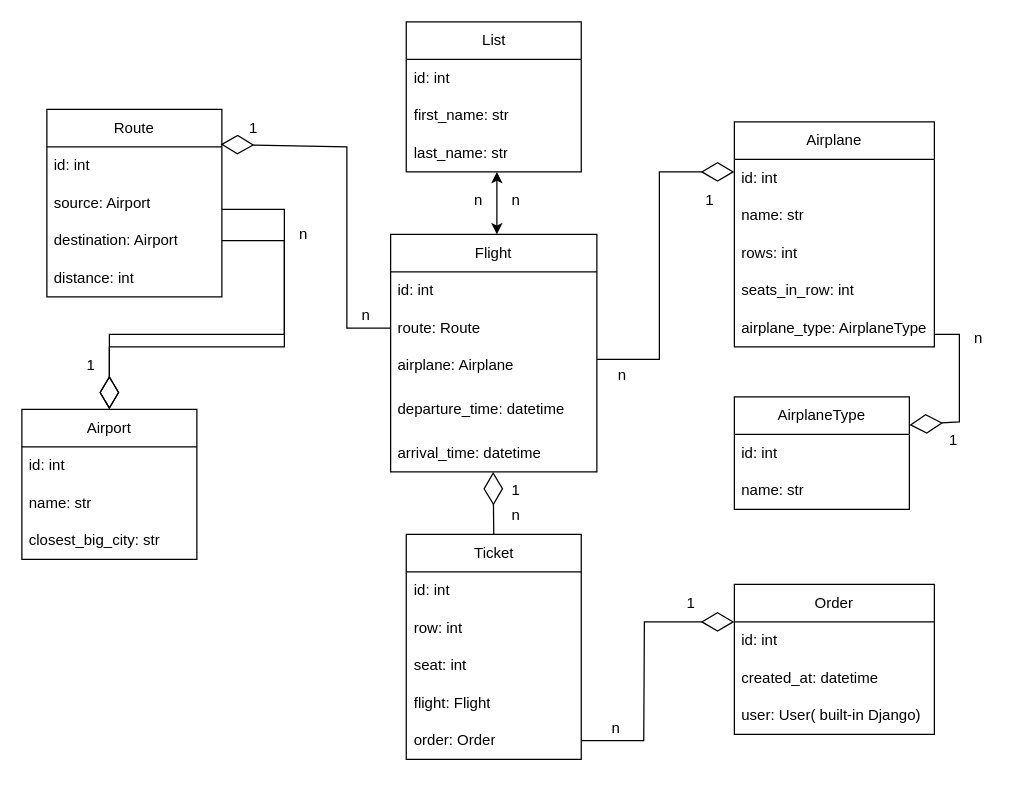
tpavliohlo/airport-api keeps this draw.io diagram as db_structure.drawio. Above is the earlier version. Source tidied: cells renumbered, new cells numbered last; positions are measured from the earlier drawing's top-left corner, leaving out a move shared by most shapes. Both pictures are drawn from the tidied source at 125%, with x=0, y=0 at pixel (21, 21).
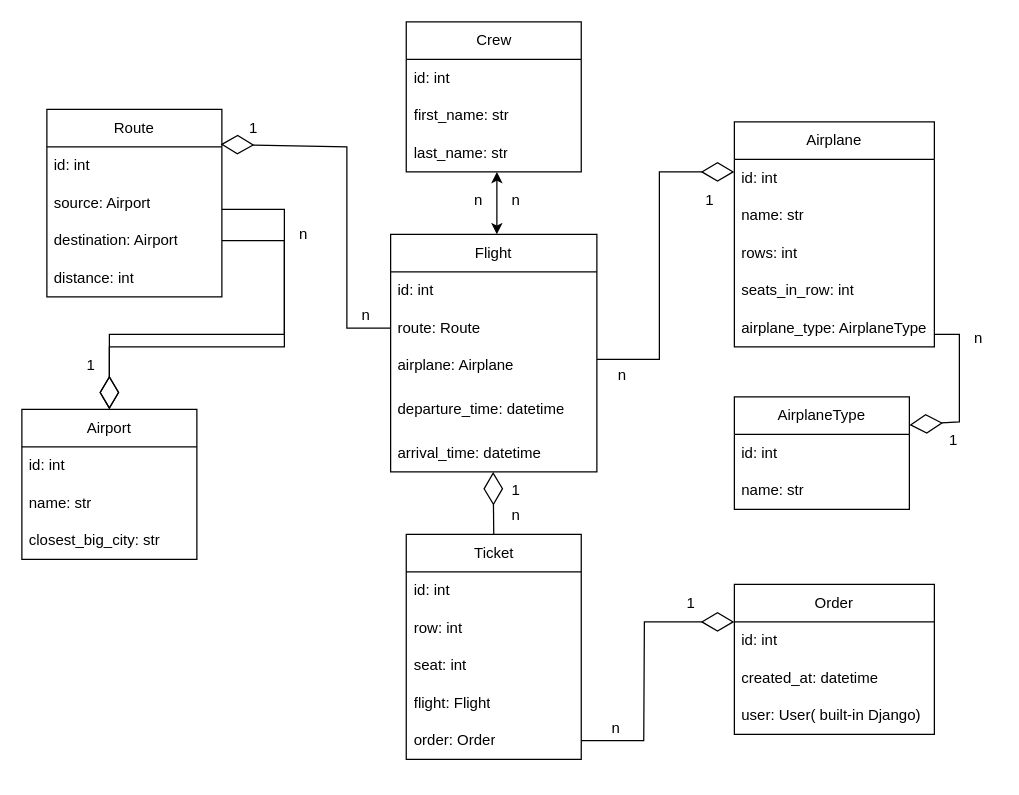
The same diagram, later.

Commit message:
amended db_structure

What changed in the source:
```diff
@@
-    <mxCell id="8" value="List" style="swimlane;fontStyle=0;horizontal=1;startSize=30;whiteSpace=wrap;html=1;" parent="1" vertex="1">
+    <mxCell id="8" value="Crew" style="swimlane;fontStyle=0;horizontal=1;startSize=30;whiteSpace=wrap;html=1;" parent="1" vertex="1">
       <mxGeometry x="307.5" width="140" height="120" as="geometry" />
     </mxCell>
```
